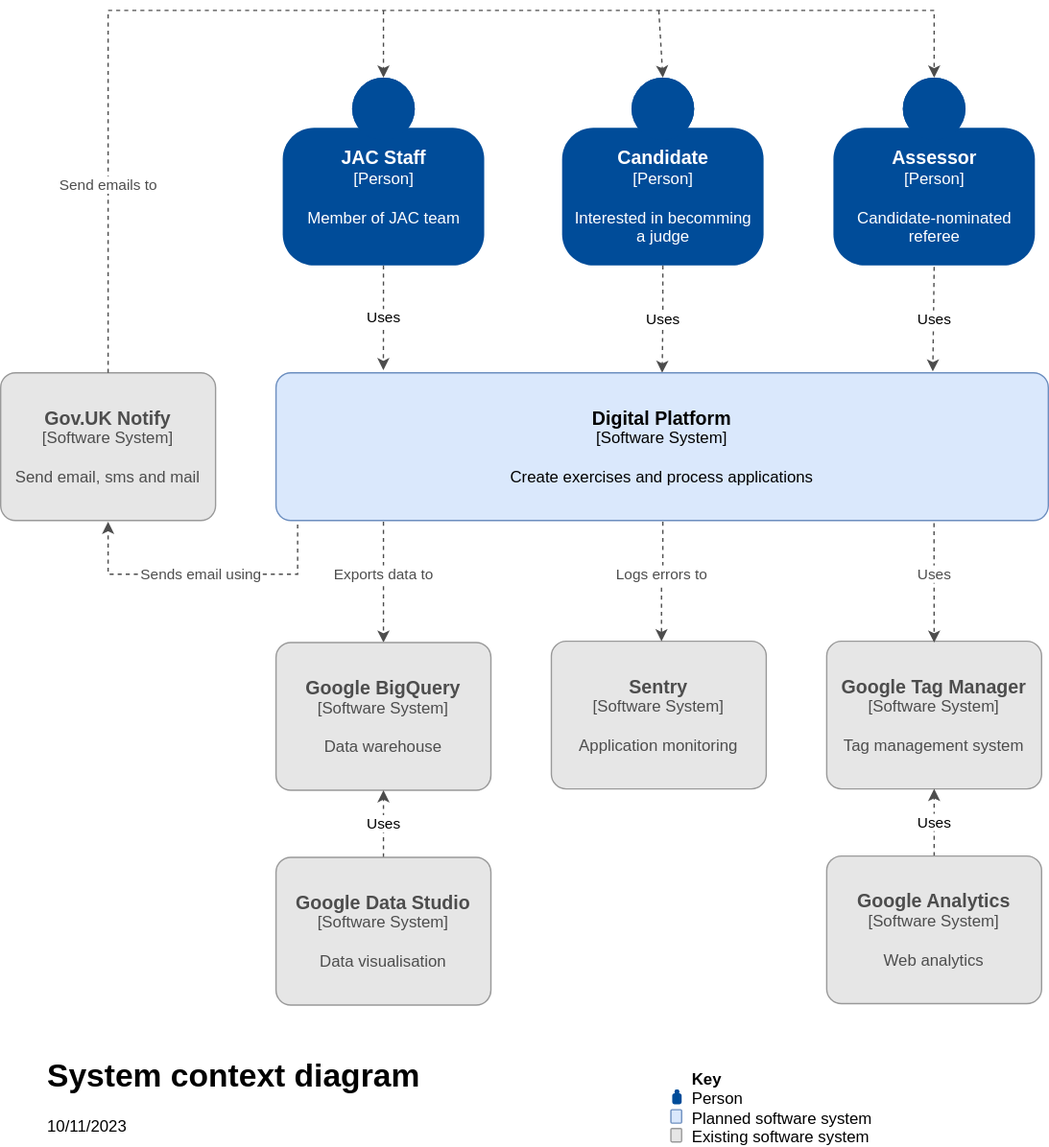
Before: docs/architecture/jac-overview-Context.svg, a diagram exported from draw.io (jac-uk/documentation). Source tidied: cells renumbered, new cells last; positions are measured from the earlier drawing's top-left corner, leaving out a move shared by most shapes.
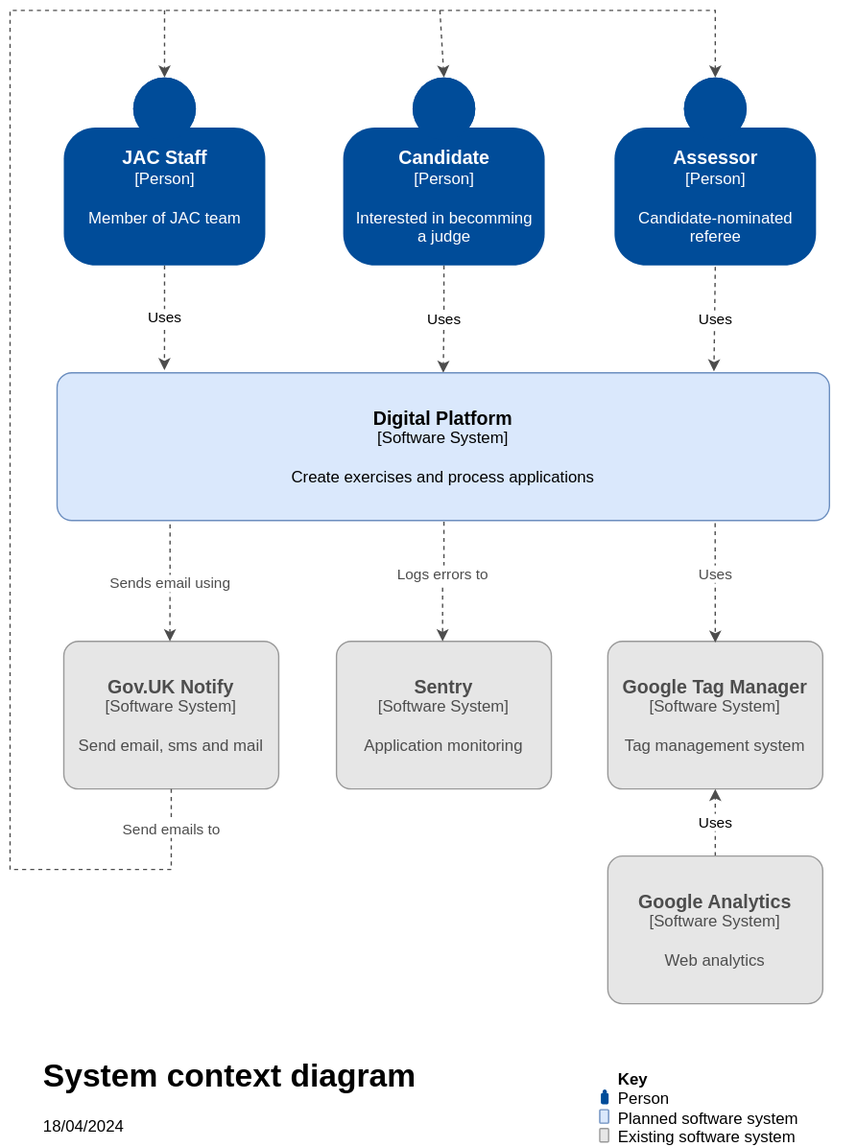
After the commit.

Change to the diagram source:
```diff
@@ -23,18 +23,8 @@
     <mxCell id="8" value="&lt;font size=&quot;1&quot;&gt;&lt;b style=&quot;font-size: 14px&quot;&gt;Digital Platform&lt;br&gt;&lt;/b&gt;&lt;/font&gt;&lt;div&gt;[Software System]&lt;/div&gt;&lt;br&gt;&lt;div&gt;Create exercises and process applications&lt;br&gt;&lt;/div&gt;" style="rounded=1;whiteSpace=wrap;html=1;labelBackgroundColor=none;fillColor=#dae8fc;fontColor=#000000;align=center;arcSize=10;strokeColor=#6c8ebf;points=[[0.25,0,0],[0.5,0,0],[0.75,0,0],[1,0.25,0],[1,0.5,0],[1,0.75,0],[0.75,1,0],[0.5,1,0],[0.25,1,0],[0,0.75,0],[0,0.5,0],[0,0.25,0]];" parent="1" vertex="1">
       <mxGeometry x="205" y="270" width="575" height="110" as="geometry" />
     </mxCell>
-    <mxCell id="9" value="Exports data to" style="edgeStyle=orthogonalEdgeStyle;rounded=0;orthogonalLoop=1;jettySize=auto;html=1;entryX=0.5;entryY=0;entryDx=0;entryDy=0;entryPerimeter=0;dashed=1;strokeColor=#4D4D4D;fontColor=#4D4D4D;" parent="1" edge="1">
-      <mxGeometry x="-0.13" relative="1" as="geometry">
-        <mxPoint x="285" y="381" as="sourcePoint" />
-        <mxPoint x="285" y="471" as="targetPoint" />
-        <Array as="points">
-          <mxPoint x="285" y="400" />
-          <mxPoint x="285" y="400" />
-        </Array>
-      </mxGeometry>
-    </mxCell>
     <mxCell id="10" value="&lt;b style=&quot;font-size: 14px&quot;&gt;Gov.UK Notify&lt;br&gt;&lt;/b&gt;&lt;div&gt;[Software System]&lt;/div&gt;&lt;br&gt;&lt;div&gt;Send email, sms and mail&lt;br&gt;&lt;/div&gt;" style="rounded=1;whiteSpace=wrap;html=1;labelBackgroundColor=none;align=center;arcSize=10;points=[[0.25,0,0],[0.5,0,0],[0.75,0,0],[1,0.25,0],[1,0.5,0],[1,0.75,0],[0.75,1,0],[0.5,1,0],[0.25,1,0],[0,0.75,0],[0,0.5,0],[0,0.25,0]];fillColor=#E6E6E6;fontColor=#4D4D4D;strokeColor=#999999;" parent="1" vertex="1">
-      <mxGeometry y="270" width="160" height="110" as="geometry" />
+      <mxGeometry x="210" y="470" width="160" height="110" as="geometry" />
     </mxCell>
     <mxCell id="11" style="endArrow=none;html=1;rounded=0;dashed=1;strokeColor=#4D4D4D;fontColor=#4D4D4D;" parent="1" edge="1">
       <mxGeometry relative="1" as="geometry">
@@ -42,19 +32,22 @@
         <mxPoint x="493" y="380" as="targetPoint" />
       </mxGeometry>
     </mxCell>
-    <mxCell id="12" value="Sends email using" style="edgeStyle=orthogonalEdgeStyle;rounded=0;jettySize=auto;html=1;dashed=1;strokeColor=#4D4D4D;fontColor=#4D4D4D;exitX=0.028;exitY=1.027;exitDx=0;exitDy=0;exitPerimeter=0;" parent="1" edge="1" source="8">
+    <mxCell id="12" value="Sends email using" style="edgeStyle=orthogonalEdgeStyle;rounded=0;orthogonalLoop=1;jettySize=auto;html=1;dashed=1;strokeColor=#4D4D4D;fontColor=#4D4D4D;exitX=0.028;exitY=1.027;exitDx=0;exitDy=0;exitPerimeter=0;" parent="1" edge="1">
       <mxGeometry relative="1" as="geometry">
-        <mxPoint x="80" y="381" as="targetPoint" />
+        <mxPoint x="289.1" y="383" as="sourcePoint" />
+        <mxPoint x="289" y="470" as="targetPoint" />
         <Array as="points">
-          <mxPoint x="221" y="420" />
-          <mxPoint x="80" y="420" />
+          <mxPoint x="289" y="420" />
+          <mxPoint x="289" y="420" />
         </Array>
       </mxGeometry>
     </mxCell>
-    <mxCell id="13" value="Send emails to" style="endArrow=classic;html=1;edgeStyle=orthogonalEdgeStyle;rounded=0;entryX=0.5;entryY=0;entryDx=0;entryDy=0;entryPerimeter=0;dashed=1;strokeColor=#4D4D4D;fontColor=#4D4D4D;exitX=0.5;exitY=0;exitDx=0;exitDy=0;exitPerimeter=0;" parent="1" edge="1" source="10" target="7">
-      <mxGeometry x="-0.7" relative="1" as="geometry">
+    <mxCell id="13" value="Send emails to" style="endArrow=classic;html=1;edgeStyle=orthogonalEdgeStyle;rounded=0;entryX=0.5;entryY=0;entryDx=0;entryDy=0;entryPerimeter=0;dashed=1;strokeColor=#4D4D4D;fontColor=#4D4D4D;exitX=0.5;exitY=1;exitDx=0;exitDy=0;exitPerimeter=0;" parent="1" edge="1" source="10" target="7">
+      <mxGeometry x="-0.96" relative="1" as="geometry">
         <Array as="points">
-          <mxPoint x="80" />
+          <mxPoint x="290" y="640" />
+          <mxPoint x="170" y="640" />
+          <mxPoint x="170" />
           <mxPoint x="695" />
         </Array>
       </mxGeometry>
@@ -71,7 +64,7 @@
       </mxGeometry>
     </mxCell>
     <mxCell id="16" value="&lt;b style=&quot;font-size: 14px&quot;&gt;Sentry&lt;br&gt;&lt;/b&gt;&lt;div&gt;[Software System]&lt;/div&gt;&lt;br&gt;&lt;div&gt;Application monitoring&lt;br&gt;&lt;/div&gt;" style="rounded=1;whiteSpace=wrap;html=1;labelBackgroundColor=none;align=center;arcSize=10;fillColor=#E6E6E6;fontColor=#4D4D4D;strokeColor=#999999;" parent="1" vertex="1">
-      <mxGeometry x="410" y="470" width="160" height="110" as="geometry" />
+      <mxGeometry x="413" y="470" width="160" height="110" as="geometry" />
     </mxCell>
     <mxCell id="17" value="Logs errors to" style="endArrow=classic;html=1;dashed=1;rounded=0;strokeColor=#4D4D4D;fontColor=#4D4D4D;" parent="1" edge="1">
       <mxGeometry x="-1" y="-10" relative="1" as="geometry">
@@ -94,32 +87,23 @@
         <mxPoint x="695" y="471" as="targetPoint" />
       </mxGeometry>
     </mxCell>
-    <mxCell id="22" value="&lt;h1&gt;System context diagram&lt;br&gt;&lt;/h1&gt;&lt;p&gt;10/11/2023&lt;/p&gt;" style="text;html=1;strokeColor=none;fillColor=none;spacing=5;spacingTop=-20;whiteSpace=wrap;overflow=hidden;rounded=0;align=left;" parent="1" vertex="1">
-      <mxGeometry x="30" y="774" width="355" height="70" as="geometry" />
+    <mxCell id="22" value="&lt;h1&gt;System context diagram&lt;br&gt;&lt;/h1&gt;&lt;p&gt;18/04/2024&lt;/p&gt;" style="text;html=1;strokeColor=none;fillColor=none;spacing=5;spacingTop=-20;whiteSpace=wrap;overflow=hidden;rounded=0;align=left;" parent="1" vertex="1">
+      <mxGeometry x="190" y="774" width="355" height="70" as="geometry" />
     </mxCell>
-    <mxCell id="23" value="&lt;font style=&quot;font-size: 14px&quot;&gt;&lt;b&gt;Google BigQuery&lt;br&gt;&lt;/b&gt;&lt;/font&gt;&lt;div&gt;&lt;font style=&quot;font-size: 12px&quot;&gt;[&lt;/font&gt;Software System]&lt;/div&gt;&lt;br&gt;&lt;div&gt;Data warehouse&lt;br&gt;&lt;/div&gt;" style="rounded=1;whiteSpace=wrap;html=1;labelBackgroundColor=none;align=center;arcSize=10;points=[[0.25,0,0],[0.5,0,0],[0.75,0,0],[1,0.25,0],[1,0.5,0],[1,0.75,0],[0.75,1,0],[0.5,1,0],[0.25,1,0],[0,0.75,0],[0,0.5,0],[0,0.25,0]];fillColor=#E6E6E6;fontColor=#4D4D4D;strokeColor=#999999;" parent="1" vertex="1">
-      <mxGeometry x="205" y="471" width="160" height="110" as="geometry" />
-    </mxCell>
-    <mxCell id="24" value="Uses" style="edgeStyle=orthogonalEdgeStyle;rounded=0;jettySize=auto;html=1;dashed=1;endArrow=classic;endFill=1;strokeColor=#4D4D4D;fontColor=#000000;" parent="1" edge="1" source="25" target="23">
-      <mxGeometry relative="1" as="geometry" />
-    </mxCell>
-    <mxCell id="25" value="&lt;b style=&quot;font-size: 14px&quot;&gt;Google Data Studio&lt;br&gt;&lt;/b&gt;&lt;div&gt;[Software System]&lt;/div&gt;&lt;br&gt;&lt;div&gt;Data visualisation&lt;br&gt;&lt;/div&gt;" style="rounded=1;whiteSpace=wrap;html=1;labelBackgroundColor=none;align=center;arcSize=10;points=[[0.25,0,0],[0.5,0,0],[0.75,0,0],[1,0.25,0],[1,0.5,0],[1,0.75,0],[0.75,1,0],[0.5,1,0],[0.25,1,0],[0,0.75,0],[0,0.5,0],[0,0.25,0]];fillColor=#E6E6E6;fontColor=#4D4D4D;strokeColor=#999999;" parent="1" vertex="1">
-      <mxGeometry x="205" y="631" width="160" height="110" as="geometry" />
-    </mxCell>
     <mxCell id="26" style="group;" parent="1" vertex="1">
-      <mxGeometry x="499" y="791" width="232" height="53" as="geometry" />
+      <mxGeometry x="609" y="791" width="191" height="53" as="geometry" />
     </mxCell>
     <mxCell id="27" style="html=1;dashed=0;whitespace=wrap;shape=mxgraph.c4.person;align=center;fillColor=#004C99;fontColor=#FFFFFF;strokeColor=none;" parent="26" vertex="1">
-      <mxGeometry x="1" y="13" width="7" height="11" as="geometry" />
+      <mxGeometry x="0.8" y="13" width="5.8" height="11" as="geometry" />
     </mxCell>
     <mxCell id="28" value="&lt;div&gt;&lt;b&gt;Key&lt;/b&gt;&lt;br&gt;Person&lt;/div&gt;&lt;div&gt;Planned software system&lt;/div&gt;&lt;div&gt;Existing software system&lt;br&gt;&lt;/div&gt;" style="text;html=1;strokeColor=none;fillColor=none;align=left;verticalAlign=middle;whiteSpace=wrap;rounded=0;fontColor=#000000;" parent="26" vertex="1">
-      <mxGeometry x="14" width="218" height="53" as="geometry" />
+      <mxGeometry x="11.5" width="179.5" height="53" as="geometry" />
     </mxCell>
     <mxCell id="29" style="rounded=1;whiteSpace=wrap;html=1;labelBackgroundColor=none;fillColor=#dae8fc;fontColor=#000000;align=center;arcSize=10;strokeColor=#6c8ebf;" parent="26" vertex="1">
-      <mxGeometry y="28" width="8" height="10" as="geometry" />
+      <mxGeometry y="28" width="6.6" height="10" as="geometry" />
     </mxCell>
     <mxCell id="30" style="rounded=1;whiteSpace=wrap;html=1;labelBackgroundColor=none;fontColor=#000000;align=center;arcSize=10;fillColor=#E6E6E6;strokeColor=#999999;" parent="26" vertex="1">
-      <mxGeometry y="42" width="8" height="10" as="geometry" />
+      <mxGeometry y="42" width="6.6" height="10" as="geometry" />
     </mxCell>
     <mxCell id="31" value="Uses" style="endArrow=classic;html=1;dashed=1;strokeColor=#4D4D4D;fontColor=#000000;exitX=0.5;exitY=1;exitDx=0;exitDy=0;exitPerimeter=0;" parent="1" edge="1">
       <mxGeometry relative="1" as="geometry">
```
